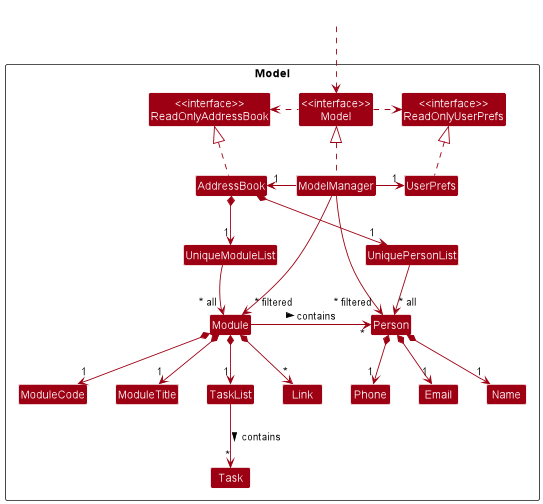
Above: docs/images/ModelClassDiagram.png in nus-cs2103-AY2223S1/tp (PlantUML), before the change.
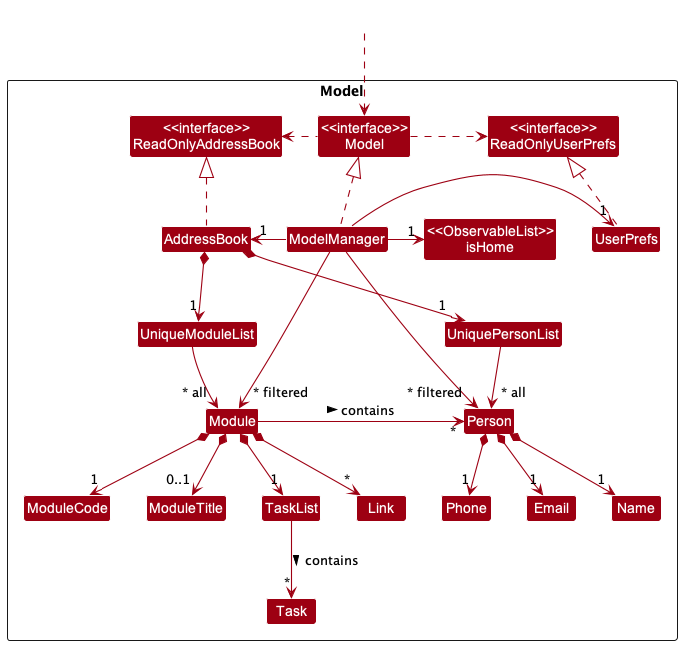
Above is the later version.

Commit message:
Fix sequence diagram

The edit, as a diff of the source:
```diff
@@ -26,6 +26,7 @@
 Class Task
 Class Link
 
+Class "<<ObservableList>>\nisHome" as isHome
 }
 
 Class HiddenOutside #FFFFFF
@@ -40,12 +41,12 @@
 ModelManager -right-> "1" UserPrefs
 UserPrefs .up.|> ReadOnlyUserPrefs
 
-ModelManager -->" ~* filtered" Person
-ModelManager -->"~* filtered" Module
-
+ModelManager -->"~* filtered" Person : " "
+ModelManager -->"~* filtered" Module : " "
 
 AddressBook *--> "1" UniquePersonList
-UniquePersonList --> "~* all" Person
+UniquePersonList --> " ~* all" Person
+
 AddressBook *--> "1" UniqueModuleList
 UniqueModuleList --> "~* all" Module
 
@@ -55,7 +56,7 @@
 Module -right--> "*" Person :> contains
 
 Module *--> "1" ModuleCode
-Module *--> "1" ModuleTitle
+Module *--> "0..1" ModuleTitle
 Module *--> "1" TaskList
 TaskList --> "*" Task :> contains
 Module *--> "*" Link
@@ -68,4 +69,5 @@
 Email -[hidden]right-> Name
 Name -[hidden]right-> Phone
 
+ModelManager -> "1" isHome
 @enduml
```
